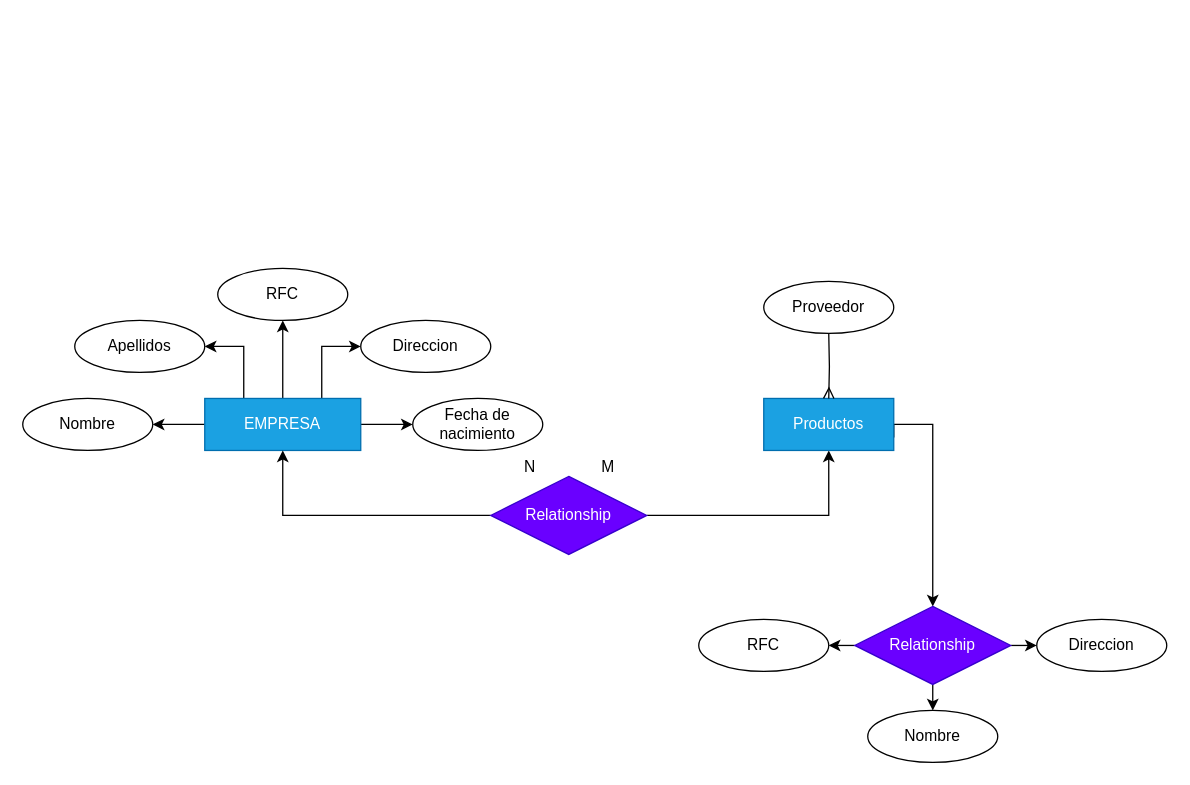
The draw.io diagram modeloER/Ejercicio1.drawio in VictorOsm/BASEDEDATOS, before the edit. Source tidied: cells renumbered, new cells numbered last; positions are measured from the earlier drawing's top-left corner, leaving out a move shared by most shapes. Both pictures are drawn from the tidied source at 130%, with x=0, y=0 at pixel (22, 268).
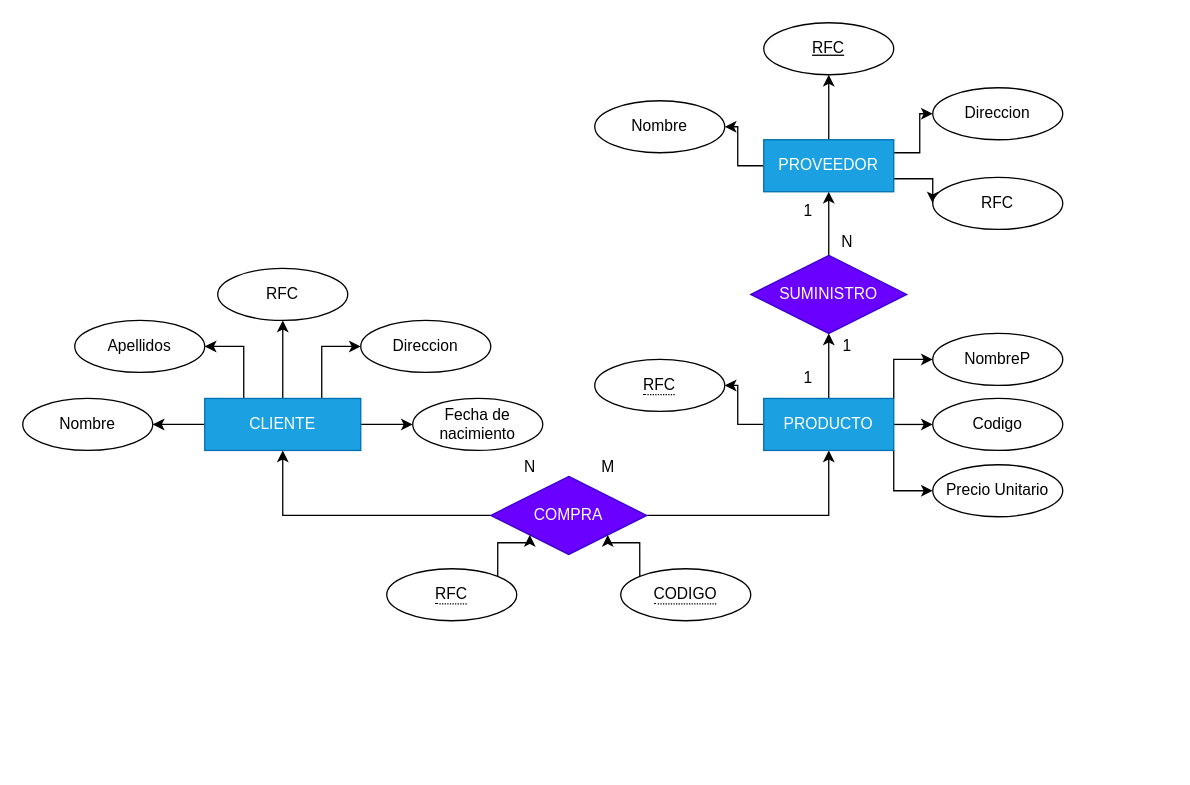
Above is the later version.

The change refers to these unchanged cells:
```xml
<mxCell id="9" value="Apellidos" style="ellipse;whiteSpace=wrap;html=1;align=center;" parent="1" vertex="1">
  <mxGeometry x="40" y="40" width="100" height="40" as="geometry" />
</mxCell>
<mxCell id="12" value="Fecha de nacimiento" style="ellipse;whiteSpace=wrap;html=1;align=center;" parent="1" vertex="1">
  <mxGeometry x="300" y="100" width="100" height="40" as="geometry" />
</mxCell>
```

Change to the diagram source:
```diff
@@
-    <mxCell id="2" style="edgeStyle=orthogonalEdgeStyle;rounded=0;jettySize=auto;html=1;" parent="1" edge="1" source="7" target="12">
-      <mxGeometry relative="1" as="geometry" />
-    </mxCell>
-    <mxCell id="3" style="edgeStyle=orthogonalEdgeStyle;rounded=0;jettySize=auto;html=1;exitX=0.75;exitY=0;exitDx=0;exitDy=0;entryX=0;entryY=0.5;entryDx=0;entryDy=0;" parent="1" edge="1" source="7" target="11">
-      <mxGeometry relative="1" as="geometry" />
-    </mxCell>
-    <mxCell id="4" style="edgeStyle=orthogonalEdgeStyle;rounded=0;jettySize=auto;html=1;exitX=0.5;exitY=0;exitDx=0;exitDy=0;entryX=0.5;entryY=1;entryDx=0;entryDy=0;" parent="1" edge="1" source="7" target="10">
-      <mxGeometry relative="1" as="geometry" />
-    </mxCell>
-    <mxCell id="5" style="edgeStyle=orthogonalEdgeStyle;rounded=0;jettySize=auto;html=1;exitX=0.25;exitY=0;exitDx=0;exitDy=0;entryX=1;entryY=0.5;entryDx=0;entryDy=0;" parent="1" edge="1" source="7" target="9">
-      <mxGeometry relative="1" as="geometry" />
-    </mxCell>
-    <mxCell id="6" style="edgeStyle=orthogonalEdgeStyle;rounded=0;jettySize=auto;html=1;exitX=0;exitY=0.5;exitDx=0;exitDy=0;entryX=1;entryY=0.5;entryDx=0;entryDy=0;" parent="1" edge="1" source="7" target="8">
-      <mxGeometry relative="1" as="geometry" />
-    </mxCell>
-    <mxCell id="7" value="EMPRESA" style="whiteSpace=wrap;html=1;align=center;fillColor=#1ba1e2;fontColor=#ffffff;strokeColor=#006EAF;" parent="1" vertex="1">
-      <mxGeometry x="140" y="100" width="120" height="40" as="geometry" />
-    </mxCell>
-    <mxCell id="8" value="Nombre" style="ellipse;whiteSpace=wrap;html=1;align=center;" parent="1" vertex="1">
-      <mxGeometry y="100" width="100" height="40" as="geometry" />
-    </mxCell>
+    <mxCell id="29" style="edgeStyle=orthogonalEdgeStyle;rounded=0;jettySize=auto;html=1;" parent="1" edge="1" source="34" target="12">
+      <mxGeometry relative="1" as="geometry" />
+    </mxCell>
+    <mxCell id="30" style="edgeStyle=orthogonalEdgeStyle;rounded=0;jettySize=auto;html=1;exitX=0.75;exitY=0;exitDx=0;exitDy=0;entryX=0;entryY=0.5;entryDx=0;entryDy=0;" parent="1" edge="1" source="34" target="37">
+      <mxGeometry relative="1" as="geometry" />
+    </mxCell>
+    <mxCell id="31" style="edgeStyle=orthogonalEdgeStyle;rounded=0;jettySize=auto;html=1;exitX=0.5;exitY=0;exitDx=0;exitDy=0;entryX=0.5;entryY=1;entryDx=0;entryDy=0;" parent="1" edge="1" source="34" target="36">
+      <mxGeometry relative="1" as="geometry" />
+    </mxCell>
+    <mxCell id="32" style="edgeStyle=orthogonalEdgeStyle;rounded=0;jettySize=auto;html=1;exitX=0.25;exitY=0;exitDx=0;exitDy=0;entryX=1;entryY=0.5;entryDx=0;entryDy=0;" parent="1" edge="1" source="34" target="9">
+      <mxGeometry relative="1" as="geometry" />
+    </mxCell>
+    <mxCell id="33" style="edgeStyle=orthogonalEdgeStyle;rounded=0;jettySize=auto;html=1;exitX=0;exitY=0.5;exitDx=0;exitDy=0;entryX=1;entryY=0.5;entryDx=0;entryDy=0;" parent="1" edge="1" source="34" target="35">
+      <mxGeometry relative="1" as="geometry" />
+    </mxCell>
+    <mxCell id="34" value="CLIENTE" style="whiteSpace=wrap;html=1;align=center;fillColor=#1ba1e2;fontColor=#ffffff;strokeColor=#006EAF;" parent="1" vertex="1">
+      <mxGeometry x="140" y="100" width="120" height="40" as="geometry" />
+    </mxCell>
+    <mxCell id="35" value="Nombre" style="ellipse;whiteSpace=wrap;html=1;align=center;" parent="1" vertex="1">
+      <mxGeometry y="100" width="100" height="40" as="geometry" />
+    </mxCell>
@@
-    <mxCell id="10" value="RFC" style="ellipse;whiteSpace=wrap;html=1;align=center;" parent="1" vertex="1">
-      <mxGeometry x="150" width="100" height="40" as="geometry" />
-    </mxCell>
-    <mxCell id="11" value="Direccion" style="ellipse;whiteSpace=wrap;html=1;align=center;" parent="1" vertex="1">
-      <mxGeometry x="260" y="40" width="100" height="40" as="geometry" />
-    </mxCell>
+    <mxCell id="36" value="RFC" style="ellipse;whiteSpace=wrap;html=1;align=center;" parent="1" vertex="1">
+      <mxGeometry x="150" width="100" height="40" as="geometry" />
+    </mxCell>
+    <mxCell id="37" value="Direccion" style="ellipse;whiteSpace=wrap;html=1;align=center;" parent="1" vertex="1">
+      <mxGeometry x="260" y="40" width="100" height="40" as="geometry" />
+    </mxCell>
@@
-    <mxCell id="13" style="edgeStyle=orthogonalEdgeStyle;rounded=0;jettySize=auto;html=1;entryX=0.5;entryY=1;entryDx=0;entryDy=0;" parent="1" edge="1" source="15" target="7">
-      <mxGeometry relative="1" as="geometry" />
-    </mxCell>
-    <mxCell id="14" style="edgeStyle=orthogonalEdgeStyle;rounded=0;jettySize=auto;html=1;exitX=1;exitY=0.5;exitDx=0;exitDy=0;entryX=0.5;entryY=1;entryDx=0;entryDy=0;" parent="1" edge="1" source="15" target="17">
-      <mxGeometry relative="1" as="geometry" />
-    </mxCell>
-    <mxCell id="15" value="Relationship" style="shape=rhombus;perimeter=rhombusPerimeter;whiteSpace=wrap;html=1;align=center;fillColor=#6a00ff;fontColor=#ffffff;strokeColor=#3700CC;" parent="1" vertex="1">
-      <mxGeometry x="360" y="160" width="120" height="60" as="geometry" />
-    </mxCell>
-    <mxCell id="16" style="edgeStyle=orthogonalEdgeStyle;rounded=0;jettySize=auto;html=1;exitX=1;exitY=0.75;exitDx=0;exitDy=0;entryX=0.5;entryY=0;entryDx=0;entryDy=0;" parent="1" edge="1" source="17" target="21">
-      <mxGeometry relative="1" as="geometry">
-        <Array as="points">
-          <mxPoint x="670" y="120" />
-          <mxPoint x="700" y="120" />
-        </Array>
-      </mxGeometry>
-    </mxCell>
-    <mxCell id="17" value="Productos" style="whiteSpace=wrap;html=1;align=center;fillColor=#1ba1e2;fontColor=#ffffff;strokeColor=#006EAF;" parent="1" vertex="1">
-      <mxGeometry x="570" y="100" width="100" height="40" as="geometry" />
-    </mxCell>
-    <mxCell id="18" style="edgeStyle=orthogonalEdgeStyle;rounded=0;jettySize=auto;html=1;exitX=1;exitY=0.5;exitDx=0;exitDy=0;entryX=0;entryY=0.5;entryDx=0;entryDy=0;" parent="1" edge="1" source="21" target="23">
-      <mxGeometry relative="1" as="geometry" />
-    </mxCell>
-    <mxCell id="19" style="edgeStyle=orthogonalEdgeStyle;rounded=0;jettySize=auto;html=1;exitX=0;exitY=0.5;exitDx=0;exitDy=0;entryX=1;entryY=0.5;entryDx=0;entryDy=0;" parent="1" edge="1" source="21" target="22">
-      <mxGeometry relative="1" as="geometry" />
-    </mxCell>
-    <mxCell id="20" style="edgeStyle=orthogonalEdgeStyle;rounded=0;jettySize=auto;html=1;exitX=0.5;exitY=1;exitDx=0;exitDy=0;entryX=0.5;entryY=0;entryDx=0;entryDy=0;" parent="1" edge="1" source="21" target="24">
-      <mxGeometry relative="1" as="geometry" />
-    </mxCell>
-    <mxCell id="21" value="Relationship" style="shape=rhombus;perimeter=rhombusPerimeter;whiteSpace=wrap;html=1;align=center;fillColor=#6a00ff;fontColor=#ffffff;strokeColor=#3700CC;" parent="1" vertex="1">
-      <mxGeometry x="640" y="260" width="120" height="60" as="geometry" />
-    </mxCell>
-    <mxCell id="22" value="RFC" style="ellipse;whiteSpace=wrap;html=1;align=center;" parent="1" vertex="1">
-      <mxGeometry x="520" y="270" width="100" height="40" as="geometry" />
-    </mxCell>
-    <mxCell id="23" value="Direccion" style="ellipse;whiteSpace=wrap;html=1;align=center;" parent="1" vertex="1">
-      <mxGeometry x="780" y="270" width="100" height="40" as="geometry" />
-    </mxCell>
-    <mxCell id="24" value="Nombre" style="ellipse;whiteSpace=wrap;html=1;align=center;" parent="1" vertex="1">
-      <mxGeometry x="650" y="340" width="100" height="40" as="geometry" />
-    </mxCell>
-    <mxCell id="25" style="edgeStyle=orthogonalEdgeStyle;rounded=0;jettySize=auto;html=1;endArrow=ERmany;endFill=0;" parent="1" edge="1" target="17">
-      <mxGeometry relative="1" as="geometry">
-        <mxPoint x="620" y="50" as="sourcePoint" />
-      </mxGeometry>
-    </mxCell>
-    <mxCell id="26" value="Proveedor" style="ellipse;whiteSpace=wrap;html=1;align=center;" parent="1" vertex="1">
-      <mxGeometry x="570" y="10" width="100" height="40" as="geometry" />
-    </mxCell>
-    <mxCell id="27" value="N" style="text;html=1;align=center;verticalAlign=middle;strokeColor=none;fillColor=none;" parent="1" vertex="1">
-      <mxGeometry x="375" y="138" width="30" height="30" as="geometry" />
-    </mxCell>
+    <mxCell id="38" style="edgeStyle=orthogonalEdgeStyle;rounded=0;jettySize=auto;html=1;entryX=0.5;entryY=1;entryDx=0;entryDy=0;" parent="1" edge="1" source="40" target="34">
+      <mxGeometry relative="1" as="geometry" />
+    </mxCell>
+    <mxCell id="39" style="edgeStyle=orthogonalEdgeStyle;rounded=0;jettySize=auto;html=1;exitX=1;exitY=0.5;exitDx=0;exitDy=0;entryX=0.5;entryY=1;entryDx=0;entryDy=0;" parent="1" edge="1" source="40" target="46">
+      <mxGeometry relative="1" as="geometry" />
+    </mxCell>
+    <mxCell id="40" value="COMPRA" style="shape=rhombus;perimeter=rhombusPerimeter;whiteSpace=wrap;html=1;align=center;fillColor=#6a00ff;fontColor=#ffffff;strokeColor=#3700CC;" parent="1" vertex="1">
+      <mxGeometry x="360" y="160" width="120" height="60" as="geometry" />
+    </mxCell>
+    <mxCell id="41" style="edgeStyle=orthogonalEdgeStyle;rounded=0;jettySize=auto;html=1;exitX=1;exitY=0.5;exitDx=0;exitDy=0;entryX=0;entryY=0.5;entryDx=0;entryDy=0;" parent="1" edge="1" source="46" target="51">
+      <mxGeometry relative="1" as="geometry" />
+    </mxCell>
+    <mxCell id="42" style="edgeStyle=orthogonalEdgeStyle;rounded=0;jettySize=auto;html=1;exitX=1;exitY=1;exitDx=0;exitDy=0;entryX=0;entryY=0.5;entryDx=0;entryDy=0;" parent="1" edge="1" source="46" target="52">
+      <mxGeometry relative="1" as="geometry" />
+    </mxCell>
+    <mxCell id="43" style="edgeStyle=orthogonalEdgeStyle;rounded=0;jettySize=auto;html=1;" parent="1" edge="1" source="46" target="48">
+      <mxGeometry relative="1" as="geometry" />
+    </mxCell>
+    <mxCell id="44" style="edgeStyle=orthogonalEdgeStyle;rounded=0;jettySize=auto;html=1;exitX=1;exitY=0;exitDx=0;exitDy=0;entryX=0;entryY=0.5;entryDx=0;entryDy=0;" parent="1" edge="1" source="46" target="50">
+      <mxGeometry relative="1" as="geometry" />
+    </mxCell>
+    <mxCell id="45" style="edgeStyle=orthogonalEdgeStyle;rounded=0;jettySize=auto;html=1;exitX=0;exitY=0.5;exitDx=0;exitDy=0;entryX=1;entryY=0.5;entryDx=0;entryDy=0;" parent="1" edge="1" source="46" target="66">
+      <mxGeometry relative="1" as="geometry" />
+    </mxCell>
+    <mxCell id="46" value="PRODUCTO" style="whiteSpace=wrap;html=1;align=center;fillColor=#1ba1e2;fontColor=#ffffff;strokeColor=#006EAF;" parent="1" vertex="1">
+      <mxGeometry x="570" y="100" width="100" height="40" as="geometry" />
+    </mxCell>
+    <mxCell id="47" style="edgeStyle=orthogonalEdgeStyle;rounded=0;jettySize=auto;html=1;exitX=0.5;exitY=0;exitDx=0;exitDy=0;entryX=0.5;entryY=1;entryDx=0;entryDy=0;" parent="1" edge="1" source="48" target="57">
+      <mxGeometry relative="1" as="geometry" />
+    </mxCell>
+    <mxCell id="48" value="SUMINISTRO" style="shape=rhombus;perimeter=rhombusPerimeter;whiteSpace=wrap;html=1;align=center;fillColor=#6a00ff;fontColor=#ffffff;strokeColor=#3700CC;" parent="1" vertex="1">
+      <mxGeometry x="560" y="-10" width="120" height="60" as="geometry" />
+    </mxCell>
+    <mxCell id="49" value="N" style="text;html=1;align=center;verticalAlign=middle;strokeColor=none;fillColor=none;" parent="1" vertex="1">
+      <mxGeometry x="375" y="138" width="30" height="30" as="geometry" />
+    </mxCell>
@@
+    <mxCell id="50" value="NombreP" style="ellipse;whiteSpace=wrap;html=1;align=center;" parent="1" vertex="1">
+      <mxGeometry x="700" y="50" width="100" height="40" as="geometry" />
+    </mxCell>
+    <mxCell id="51" value="Codigo" style="ellipse;whiteSpace=wrap;html=1;align=center;" parent="1" vertex="1">
+      <mxGeometry x="700" y="100" width="100" height="40" as="geometry" />
+    </mxCell>
+    <mxCell id="52" value="Precio Unitario" style="ellipse;whiteSpace=wrap;html=1;align=center;" parent="1" vertex="1">
+      <mxGeometry x="700" y="151" width="100" height="40" as="geometry" />
+    </mxCell>
+    <mxCell id="53" style="edgeStyle=orthogonalEdgeStyle;rounded=0;jettySize=auto;html=1;" parent="1" edge="1" source="57" target="58">
+      <mxGeometry relative="1" as="geometry" />
+    </mxCell>
+    <mxCell id="54" style="edgeStyle=orthogonalEdgeStyle;rounded=0;jettySize=auto;html=1;exitX=0;exitY=0.5;exitDx=0;exitDy=0;entryX=1;entryY=0.5;entryDx=0;entryDy=0;" parent="1" edge="1" source="57" target="63">
+      <mxGeometry relative="1" as="geometry" />
+    </mxCell>
+    <mxCell id="55" style="edgeStyle=orthogonalEdgeStyle;rounded=0;jettySize=auto;html=1;exitX=1;exitY=0.25;exitDx=0;exitDy=0;entryX=0;entryY=0.5;entryDx=0;entryDy=0;" parent="1" edge="1" source="57" target="64">
+      <mxGeometry relative="1" as="geometry" />
+    </mxCell>
+    <mxCell id="56" style="edgeStyle=orthogonalEdgeStyle;rounded=0;jettySize=auto;html=1;exitX=1;exitY=0.75;exitDx=0;exitDy=0;entryX=0;entryY=0.5;entryDx=0;entryDy=0;" parent="1" edge="1" source="57" target="65">
+      <mxGeometry relative="1" as="geometry" />
+    </mxCell>
+    <mxCell id="57" value="PROVEEDOR" style="whiteSpace=wrap;html=1;align=center;fillColor=#1ba1e2;strokeColor=#006EAF;fontColor=#ffffff;" parent="1" vertex="1">
+      <mxGeometry x="570" y="-99" width="100" height="40" as="geometry" />
+    </mxCell>
+    <mxCell id="58" value="RFC" style="ellipse;whiteSpace=wrap;html=1;align=center;fontStyle=4;" parent="1" vertex="1">
+      <mxGeometry x="570" y="-189" width="100" height="40" as="geometry" />
+    </mxCell>
+    <mxCell id="59" value="1" style="text;html=1;align=center;verticalAlign=middle;strokeColor=none;fillColor=none;" parent="1" vertex="1">
+      <mxGeometry x="589" y="70" width="30" height="30" as="geometry" />
+    </mxCell>
+    <mxCell id="60" value="1" style="text;html=1;align=center;verticalAlign=middle;strokeColor=none;fillColor=none;" parent="1" vertex="1">
+      <mxGeometry x="619" y="45" width="30" height="30" as="geometry" />
+    </mxCell>
+    <mxCell id="61" value="1" style="text;html=1;align=center;verticalAlign=middle;strokeColor=none;fillColor=none;" parent="1" vertex="1">
+      <mxGeometry x="589" y="-59" width="30" height="30" as="geometry" />
+    </mxCell>
+    <mxCell id="62" value="N" style="text;html=1;align=center;verticalAlign=middle;strokeColor=none;fillColor=none;" parent="1" vertex="1">
+      <mxGeometry x="619" y="-35" width="30" height="30" as="geometry" />
+    </mxCell>
+    <mxCell id="63" value="Nombre" style="ellipse;whiteSpace=wrap;html=1;align=center;" parent="1" vertex="1">
+      <mxGeometry x="440" y="-129" width="100" height="40" as="geometry" />
+    </mxCell>
+    <mxCell id="64" value="Direccion" style="ellipse;whiteSpace=wrap;html=1;align=center;" parent="1" vertex="1">
+      <mxGeometry x="700" y="-139" width="100" height="40" as="geometry" />
+    </mxCell>
+    <mxCell id="65" value="RFC" style="ellipse;whiteSpace=wrap;html=1;align=center;" parent="1" vertex="1">
+      <mxGeometry x="700" y="-70" width="100" height="40" as="geometry" />
+    </mxCell>
+    <mxCell id="66" value="&lt;span style=&quot;border-bottom: 1px dotted&quot;&gt;RFC&lt;/span&gt;" style="ellipse;whiteSpace=wrap;html=1;align=center;" parent="1" vertex="1">
+      <mxGeometry x="440" y="70" width="100" height="40" as="geometry" />
+    </mxCell>
+    <mxCell id="67" style="edgeStyle=orthogonalEdgeStyle;rounded=0;jettySize=auto;html=1;exitX=1;exitY=0;exitDx=0;exitDy=0;entryX=0;entryY=1;entryDx=0;entryDy=0;" parent="1" edge="1" source="68" target="40">
+      <mxGeometry relative="1" as="geometry" />
+    </mxCell>
+    <mxCell id="68" value="&lt;span style=&quot;border-bottom: 1px dotted&quot;&gt;RFC&lt;/span&gt;" style="ellipse;whiteSpace=wrap;html=1;align=center;" parent="1" vertex="1">
+      <mxGeometry x="280" y="231" width="100" height="40" as="geometry" />
+    </mxCell>
+    <mxCell id="69" style="edgeStyle=orthogonalEdgeStyle;rounded=0;jettySize=auto;html=1;exitX=0;exitY=0;exitDx=0;exitDy=0;entryX=1;entryY=1;entryDx=0;entryDy=0;" parent="1" edge="1" source="70" target="40">
+      <mxGeometry relative="1" as="geometry" />
+    </mxCell>
+    <mxCell id="70" value="&lt;span style=&quot;border-bottom: 1px dotted&quot;&gt;CODIGO&lt;/span&gt;" style="ellipse;whiteSpace=wrap;html=1;align=center;" parent="1" vertex="1">
+      <mxGeometry x="460" y="231" width="100" height="40" as="geometry" />
+    </mxCell>
```
